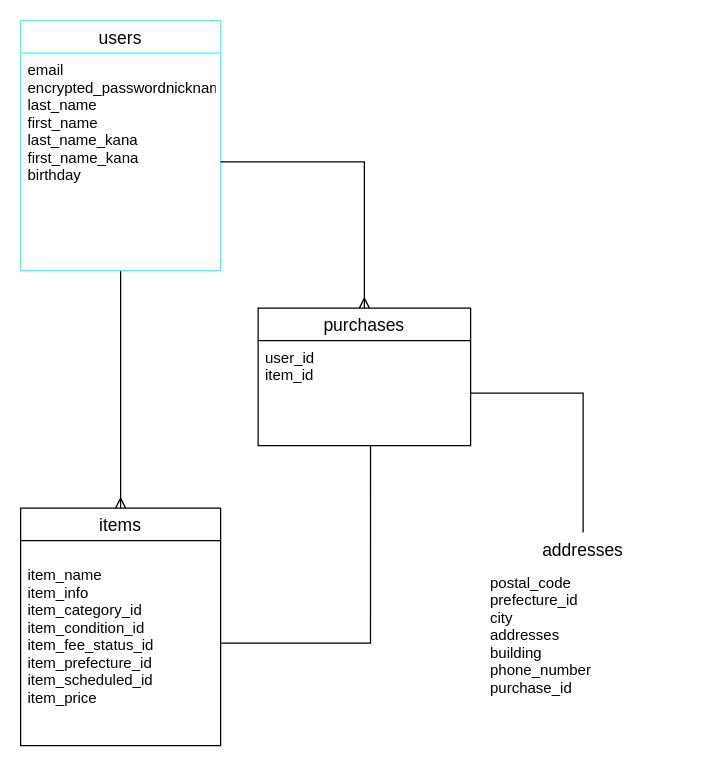
haruki1125/furima-32596 keeps this draw.io diagram as furima.dio. Above is the earlier version. Source tidied: cells renumbered, new cells numbered last; positions are measured from the earlier drawing's top-left corner, leaving out a move shared by most shapes. Both pictures are drawn from the tidied source at 125%, with x=0, y=0 at pixel (20, 20).
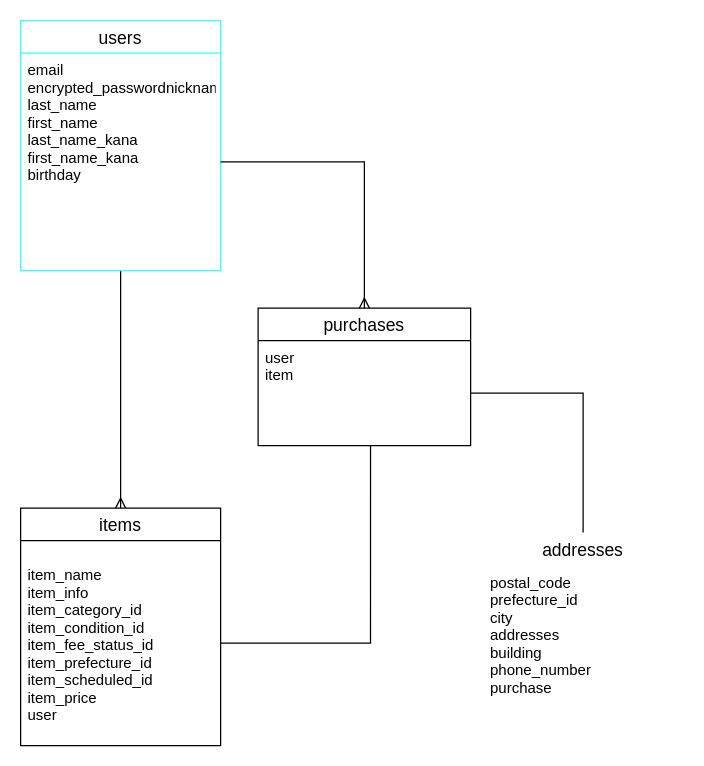
The same page after the edit.

Change to the diagram source:
```diff
@@
 <mxGraphModel>
   <root>
     <mxCell id="0" />
     <mxCell id="1" parent="0" />
     <mxCell id="2" style="edgeStyle=orthogonalEdgeStyle;rounded=0;jettySize=auto;html=1;entryX=0.5;entryY=0;entryDx=0;entryDy=0;endArrow=ERmany;endFill=0;strokeWidth=1;startArrow=none;startFill=0;" parent="1" edge="1" source="3" target="5">
       <mxGeometry relative="1" as="geometry" />
     </mxCell>
     <mxCell id="3" value="users" style="swimlane;fontStyle=0;horizontal=1;startSize=26;align=center;fontSize=14;strokeColor=#33FFFF;" parent="1" vertex="1">
       <mxGeometry width="160" height="200" as="geometry" />
     </mxCell>
     <mxCell id="4" value="email&#10;encrypted_passwordnickname&#10;last_name&#10;first_name&#10;last_name_kana&#10;first_name_kana&#10;birthday" style="text;strokeColor=none;fillColor=none;spacingLeft=4;spacingRight=4;overflow=hidden;points=[[0,0.5],[1,0.5]];portConstraint=eastwest;fontSize=12;" parent="3" vertex="1">
       <mxGeometry y="26" width="160" height="174" as="geometry" />
     </mxCell>
     <mxCell id="5" value="items" style="swimlane;fontStyle=0;horizontal=1;startSize=26;align=center;fontSize=14;" parent="1" vertex="1">
       <mxGeometry y="390" width="160" height="190" as="geometry" />
     </mxCell>
-    <mxCell id="6" value="&#10;item_name&#10;item_info&#10;item_category_id&#10;item_condition_id&#10;item_fee_status_id&#10;item_prefecture_id&#10;item_scheduled_id&#10;item_price" style="text;strokeColor=none;fillColor=none;spacingLeft=4;spacingRight=4;overflow=hidden;points=[[0,0.5],[1,0.5]];portConstraint=eastwest;fontSize=12;" parent="5" vertex="1">
+    <mxCell id="6" value="&#10;item_name&#10;item_info&#10;item_category_id&#10;item_condition_id&#10;item_fee_status_id&#10;item_prefecture_id&#10;item_scheduled_id&#10;item_price&#10;user" style="text;strokeColor=none;fillColor=none;spacingLeft=4;spacingRight=4;overflow=hidden;points=[[0,0.5],[1,0.5]];portConstraint=eastwest;fontSize=12;" parent="5" vertex="1">
       <mxGeometry y="26" width="160" height="164" as="geometry" />
     </mxCell>
     <mxCell id="7" style="edgeStyle=orthogonalEdgeStyle;rounded=0;jettySize=auto;html=1;exitX=0.5;exitY=0;exitDx=0;exitDy=0;endArrow=none;endFill=0;entryX=1;entryY=0.5;entryDx=0;entryDy=0;" parent="1" edge="1" source="8" target="11">
       <mxGeometry relative="1" as="geometry" />
     </mxCell>
     <mxCell id="8" value="addresses" style="swimlane;fontStyle=0;horizontal=1;startSize=26;align=center;fontSize=14;strokeColor=#FFFFFF;" parent="1" vertex="1">
       <mxGeometry x="370" y="410" width="160" height="150" as="geometry" />
     </mxCell>
-    <mxCell id="9" value="postal_code&#10;prefecture_id&#10;city&#10;addresses&#10;building&#10;phone_number&#10;purchase_id" style="text;strokeColor=none;fillColor=none;spacingLeft=4;spacingRight=4;overflow=hidden;fontSize=12;" parent="8" vertex="1">
+    <mxCell id="9" value="postal_code&#10;prefecture_id&#10;city&#10;addresses&#10;building&#10;phone_number&#10;purchase" style="text;strokeColor=none;fillColor=none;spacingLeft=4;spacingRight=4;overflow=hidden;fontSize=12;" parent="8" vertex="1">
       <mxGeometry y="26" width="160" height="124" as="geometry" />
     </mxCell>
     <mxCell id="10" value="purchases" style="swimlane;fontStyle=0;horizontal=1;startSize=26;align=center;fontSize=14;" parent="1" vertex="1">
       <mxGeometry x="190" y="230" width="170" height="110" as="geometry" />
     </mxCell>
-    <mxCell id="11" value="user_id&#10;item_id&#10;" style="text;strokeColor=none;fillColor=none;spacingLeft=4;spacingRight=4;overflow=hidden;points=[[0,0.5],[1,0.5]];portConstraint=eastwest;fontSize=12;" parent="10" vertex="1">
+    <mxCell id="11" value="user&#10;item&#10;" style="text;strokeColor=none;fillColor=none;spacingLeft=4;spacingRight=4;overflow=hidden;points=[[0,0.5],[1,0.5]];portConstraint=eastwest;fontSize=12;" parent="10" vertex="1">
       <mxGeometry y="26" width="170" height="84" as="geometry" />
     </mxCell>
     <mxCell id="12" style="edgeStyle=orthogonalEdgeStyle;rounded=0;jettySize=auto;html=1;entryX=0.5;entryY=0;entryDx=0;entryDy=0;endArrow=ERmany;endFill=0;" parent="1" edge="1" source="4" target="10">
       <mxGeometry relative="1" as="geometry" />
     </mxCell>
     <mxCell id="13" style="edgeStyle=orthogonalEdgeStyle;rounded=0;jettySize=auto;html=1;exitX=1;exitY=0.5;exitDx=0;exitDy=0;entryX=0.529;entryY=1;entryDx=0;entryDy=0;entryPerimeter=0;endArrow=none;endFill=0;" parent="1" edge="1" source="6" target="11">
       <mxGeometry relative="1" as="geometry" />
     </mxCell>
   </root>
 </mxGraphModel>
```
